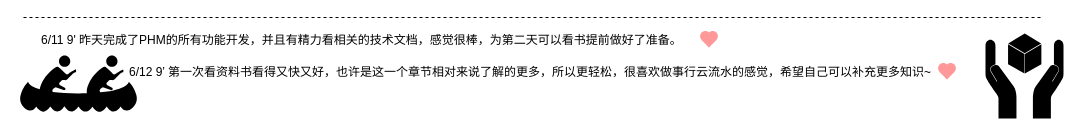
Earlier version of the draw.io diagram page "Page-2" (2 of 2) of Untitled Diagram.drawio (adnabb/Hello-World). Source tidied: cells renumbered, new cells numbered last; positions are measured from the earlier drawing's top-left corner, leaving out a move shared by most shapes. Both pictures are drawn from the tidied source at 100%, with x=0, y=0 at pixel (17, 17).
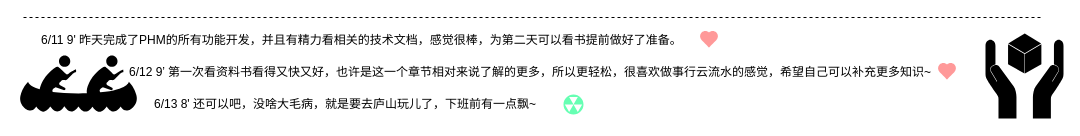
After the change.

The edit, as a diff of the source:
```diff
@@
 <mxGraphModel>
   <root>
     <mxCell id="0" />
     <mxCell id="1" parent="0" />
     <mxCell id="2" style="endArrow=none;dashed=1;html=1;" parent="1" edge="1">
       <mxGeometry relative="1" as="geometry">
         <mxPoint x="6" as="sourcePoint" />
         <mxPoint x="1026" as="targetPoint" />
       </mxGeometry>
     </mxCell>
     <mxCell id="3" value="6/11 9' 昨天完成了PHM的所有功能开发，并且有精力看相关的技术文档，感觉很棒，为第二天可以看书提前做好了准备。" style="text;html=1;align=left;verticalAlign=top;spacingTop=-4;" parent="1" vertex="1">
       <mxGeometry x="22" y="13" width="660" height="20" as="geometry" />
     </mxCell>
     <mxCell id="4" style="shape=mxgraph.signs.healthcare.heart_1;html=1;fillColor=#FF9999;strokeColor=none;verticalLabelPosition=bottom;verticalAlign=top;align=center;fontColor=#FF9999;" parent="1" vertex="1">
       <mxGeometry x="682" y="13" width="19" height="17" as="geometry" />
     </mxCell>
     <mxCell id="5" style="edgeStyle=orthogonalEdgeStyle;rounded=0;orthogonalLoop=1;jettySize=auto;html=1;exitX=0.07;exitY=0.5;exitDx=0;exitDy=0;exitPerimeter=0;entryX=0.07;entryY=0.5;entryDx=0;entryDy=0;entryPerimeter=0;" parent="1" edge="1" source="4" target="4">
       <mxGeometry relative="1" as="geometry" />
     </mxCell>
     <mxCell id="6" style="shape=mxgraph.signs.sports.canoe_2;html=1;fillColor=#000000;strokeColor=none;verticalLabelPosition=bottom;verticalAlign=top;align=center;fontColor=#FF9999;" parent="1" vertex="1">
       <mxGeometry y="38" width="122" height="58" as="geometry" />
     </mxCell>
     <mxCell id="7" value="6/12 9’ 第一次看资料书看得又快又好，也许是这一个章节相对来说了解的更多，所以更轻松，很喜欢做事行云流水的感觉，希望自己可以补充更多知识~" style="text;html=1;align=left;verticalAlign=top;spacingTop=-4;" parent="1" vertex="1">
       <mxGeometry x="110" y="45" width="820" height="20" as="geometry" />
     </mxCell>
     <mxCell id="8" style="shape=mxgraph.signs.healthcare.heart_1;html=1;fillColor=#FF9999;strokeColor=none;verticalLabelPosition=bottom;verticalAlign=top;align=center;fontColor=#FF9999;" parent="1" vertex="1">
       <mxGeometry x="920" y="45" width="19" height="17" as="geometry" />
     </mxCell>
     <mxCell id="9" style="shape=mxgraph.signs.safety.handle_with_care;html=1;fillColor=#000000;strokeColor=none;verticalLabelPosition=bottom;verticalAlign=top;align=center;" parent="1" vertex="1">
       <mxGeometry x="968" y="16" width="78" height="85" as="geometry" />
     </mxCell>
+    <mxCell id="10" value="6/13 8' 还可以吧，没啥大毛病，就是要去庐山玩儿了，下班前有一点飘~" style="text;html=1;align=left;verticalAlign=top;spacingTop=-4;" parent="1" vertex="1">
+      <mxGeometry x="135" y="77" width="400" height="20" as="geometry" />
+    </mxCell>
+    <mxCell id="11" style="shape=mxgraph.signs.safety.fallout_shelter;html=1;fillColor=#66FFB3;strokeColor=none;verticalLabelPosition=bottom;verticalAlign=top;align=center;" parent="1" vertex="1">
+      <mxGeometry x="546" y="77" width="20" height="20" as="geometry" />
+    </mxCell>
   </root>
 </mxGraphModel>
```
